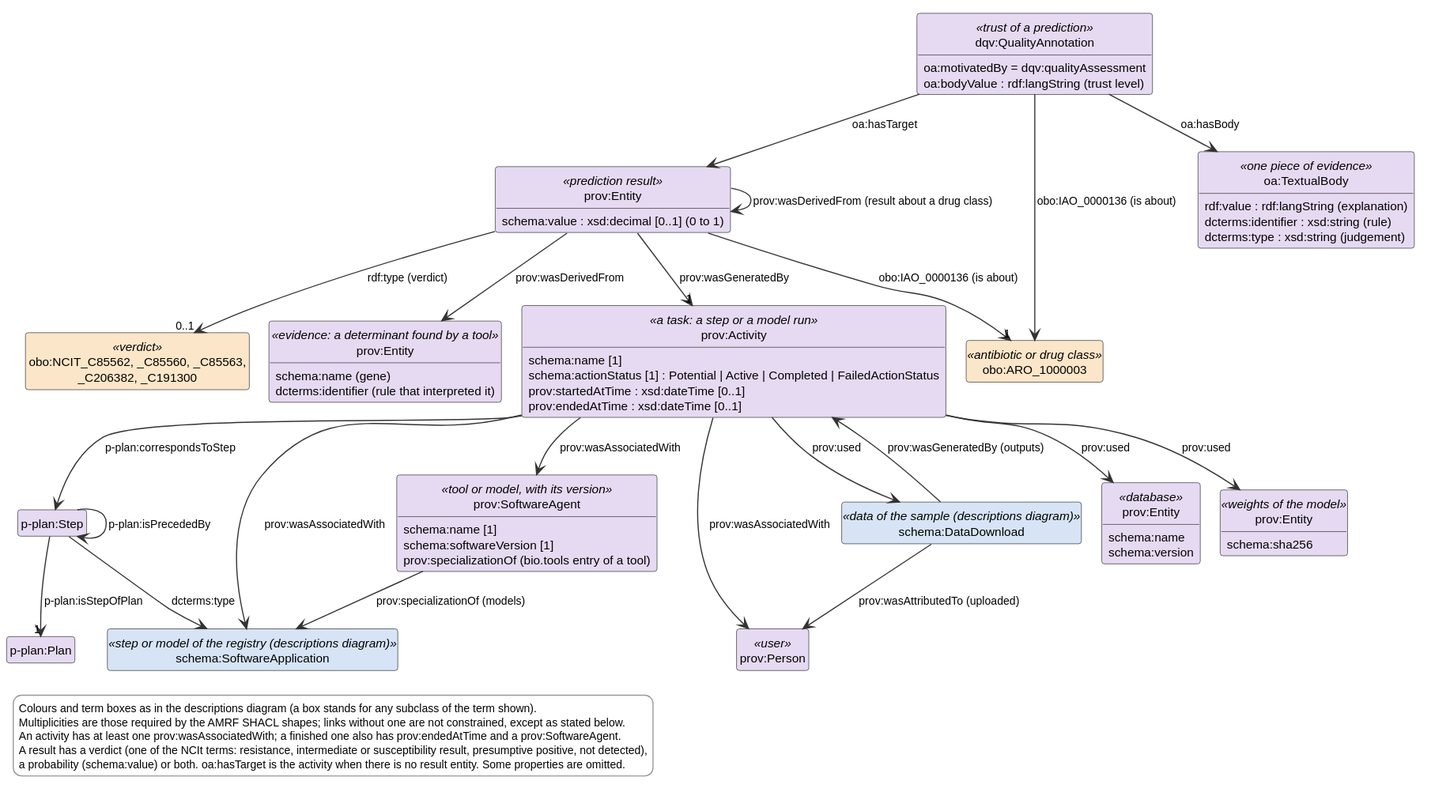
Earlier version of the PlantUML export docs/figures/amrf-provenance.svg (DEAL-US/Cocos). Source of this version:
```plantuml
@startuml
!if %not(%variable_exists("$FIG1"))
!$FIG1 = "descriptions diagram"
!endif
!pragma layout smetana
hide circle
hide empty members
skinparam classAttributeIconSize 0
skinparam shadowing false
skinparam defaultFontName Helvetica
skinparam defaultFontSize 11
skinparam ArrowFontSize 10
skinparam ArrowColor #333333
skinparam ClassBorderColor #333333
skinparam stereotypeFontSize 9
skinparam LegendBackgroundColor #FFFFFF
skinparam LegendBorderColor #999999
skinparam LegendFontSize 10

class "p-plan:Plan" as Plan #E6DAF2
class "p-plan:Step" as Step #E6DAF2

class "prov:Activity" as Act <<a task: a step or a model run>> #E6DAF2 {
  schema:name [1]
  schema:actionStatus [1] : Potential | Active | Completed | FailedActionStatus
  prov:startedAtTime : xsd:dateTime [0..1]
  prov:endedAtTime : xsd:dateTime [0..1]
}
class "prov:Person" as User <<user>> #E6DAF2
class "prov:SoftwareAgent" as Agent <<tool or model, with its version>> #E6DAF2 {
  schema:name [1]
  schema:softwareVersion [1]
  {field} prov:specializationOf (bio.tools entry of a tool)
}
class "prov:Entity" as Db <<database>> #E6DAF2 {
  schema:name
  schema:version
}
class "prov:Entity" as Weights <<weights of the model>> #E6DAF2 {
  schema:sha256
}
class "schema:DataDownload" as Data <<data of the sample ($FIG1)>> #D6E4F5
class "schema:SoftwareApplication" as Desc <<step or model of the registry ($FIG1)>> #D6E4F5

class "prov:Entity" as Res <<prediction result>> #E6DAF2 {
  {field} schema:value : xsd:decimal [0..1] (0 to 1)
}
class "prov:Entity" as Ev <<evidence: a determinant found by a tool>> #E6DAF2 {
  {field} schema:name (gene)
  {field} dcterms:identifier (rule that interpreted it)
}
class "obo:ARO_1000003" as Aro <<antibiotic or drug class>> #FCE6C9
class "obo:NCIT_C85562, _C85560, _C85563,\n_C206382, _C191300" as Ncit <<verdict>> #FCE6C9

class "dqv:QualityAnnotation" as Ann <<trust of a prediction>> #E6DAF2 {
  oa:motivatedBy = dqv:qualityAssessment
  {field} oa:bodyValue : rdf:langString (trust level)
}
class "oa:TextualBody" as Body <<one piece of evidence>> #E6DAF2 {
  {field} rdf:value : rdf:langString (explanation)
  {field} dcterms:identifier : xsd:string (rule)
  {field} dcterms:type : xsd:string (judgement)
}

Step --> "1" Plan : p-plan:isStepOfPlan
Step --> Step : p-plan:isPrecededBy
Step --> Desc : dcterms:type
Act --> Step : p-plan:correspondsToStep

Act --> User : prov:wasAssociatedWith
Act --> Desc : prov:wasAssociatedWith
Act --> Agent : prov:wasAssociatedWith
Agent --> Desc : prov:specializationOf (models)
Act --> Data : prov:used
Act --> Db : prov:used
Act --> Weights : prov:used
Data --> Act : prov:wasGeneratedBy (outputs)
Data --> User : prov:wasAttributedTo (uploaded)

Res --> "1" Act : prov:wasGeneratedBy
Res --> "1" Aro : obo:IAO_0000136 (is about)
Res --> "0..1" Ncit : rdf:type (verdict)
Res --> Ev : prov:wasDerivedFrom
Res --> Res : prov:wasDerivedFrom (result about a drug class)

Ann --> Res : oa:hasTarget
Ann --> Aro : obo:IAO_0000136 (is about)
Ann --> Body : oa:hasBody

!if %not(%variable_exists("$PAPER"))
legend bottom left
  Colours and term boxes as in the $FIG1 (a box stands for any subclass of the term shown).
  Multiplicities are those required by the AMRF SHACL shapes; links without one are not constrained, except as stated below.
  An activity has at least one prov:wasAssociatedWith; a finished one also has prov:endedAtTime and a prov:SoftwareAgent.
  A result has a verdict (one of the NCIt terms: resistance, intermediate or susceptibility result, presumptive positive, not detected),
  a probability (schema:value) or both. oa:hasTarget is the activity when there is no result entity. Some properties are omitted.
endlegend
!endif
@enduml
```
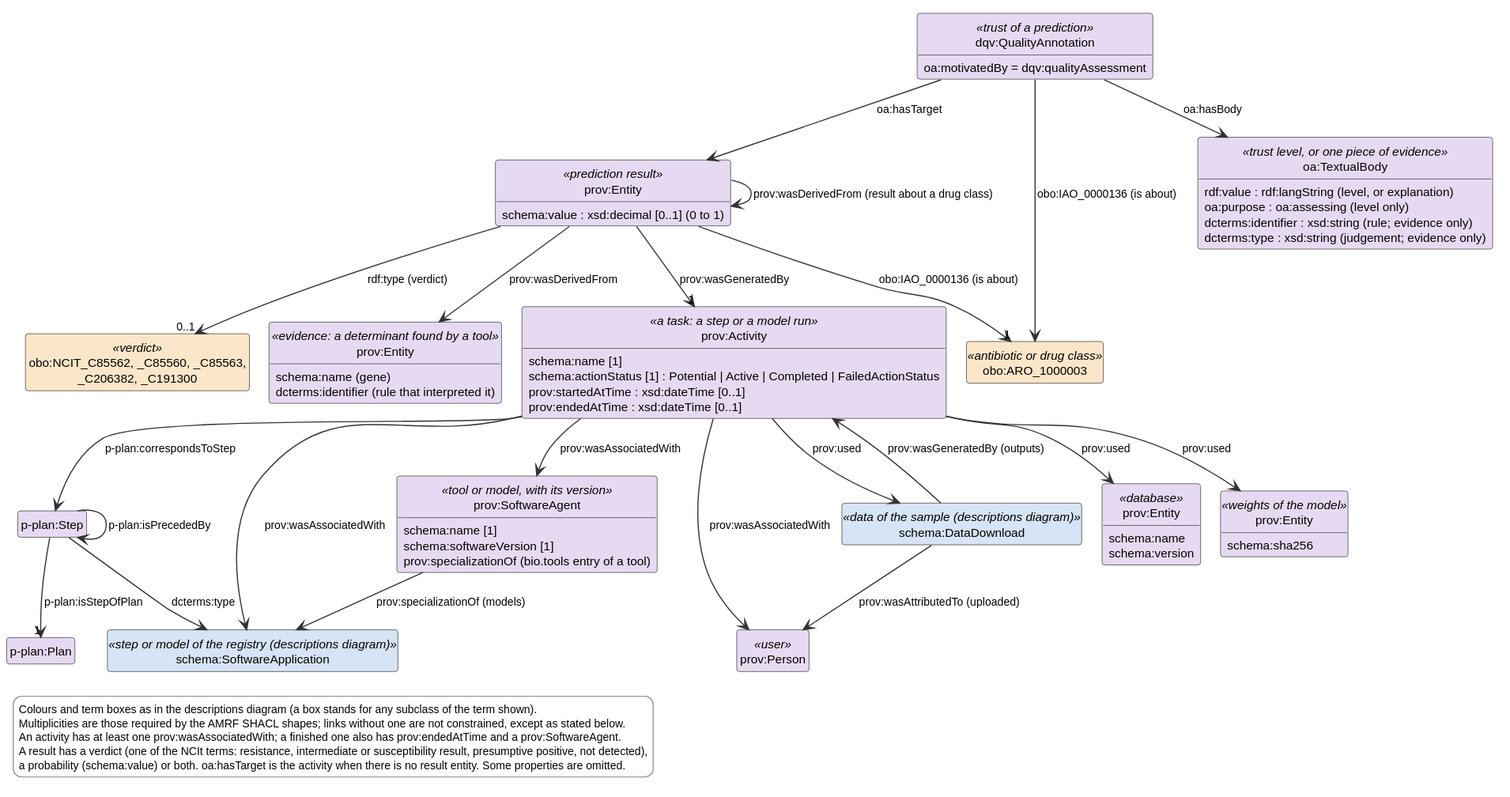
After the commit.

Commit message:
docs: show the trust level as a body in the provenance diagram

The class of the trust annotation and the trust section of the semantic layer
page describe the level as a TextualBody with oa:purpose oa:assessing.

Change to the diagram source:
```diff
@@ -54,12 +54,12 @@
 
 class "dqv:QualityAnnotation" as Ann <<trust of a prediction>> #E6DAF2 {
   oa:motivatedBy = dqv:qualityAssessment
-  {field} oa:bodyValue : rdf:langString (trust level)
 }
-class "oa:TextualBody" as Body <<one piece of evidence>> #E6DAF2 {
-  {field} rdf:value : rdf:langString (explanation)
-  {field} dcterms:identifier : xsd:string (rule)
-  {field} dcterms:type : xsd:string (judgement)
+class "oa:TextualBody" as Body <<trust level, or one piece of evidence>> #E6DAF2 {
+  {field} rdf:value : rdf:langString (level, or explanation)
+  {field} oa:purpose : oa:assessing (level only)
+  {field} dcterms:identifier : xsd:string (rule; evidence only)
+  {field} dcterms:type : xsd:string (judgement; evidence only)
 }
 
 Step --> "1" Plan : p-plan:isStepOfPlan
```
